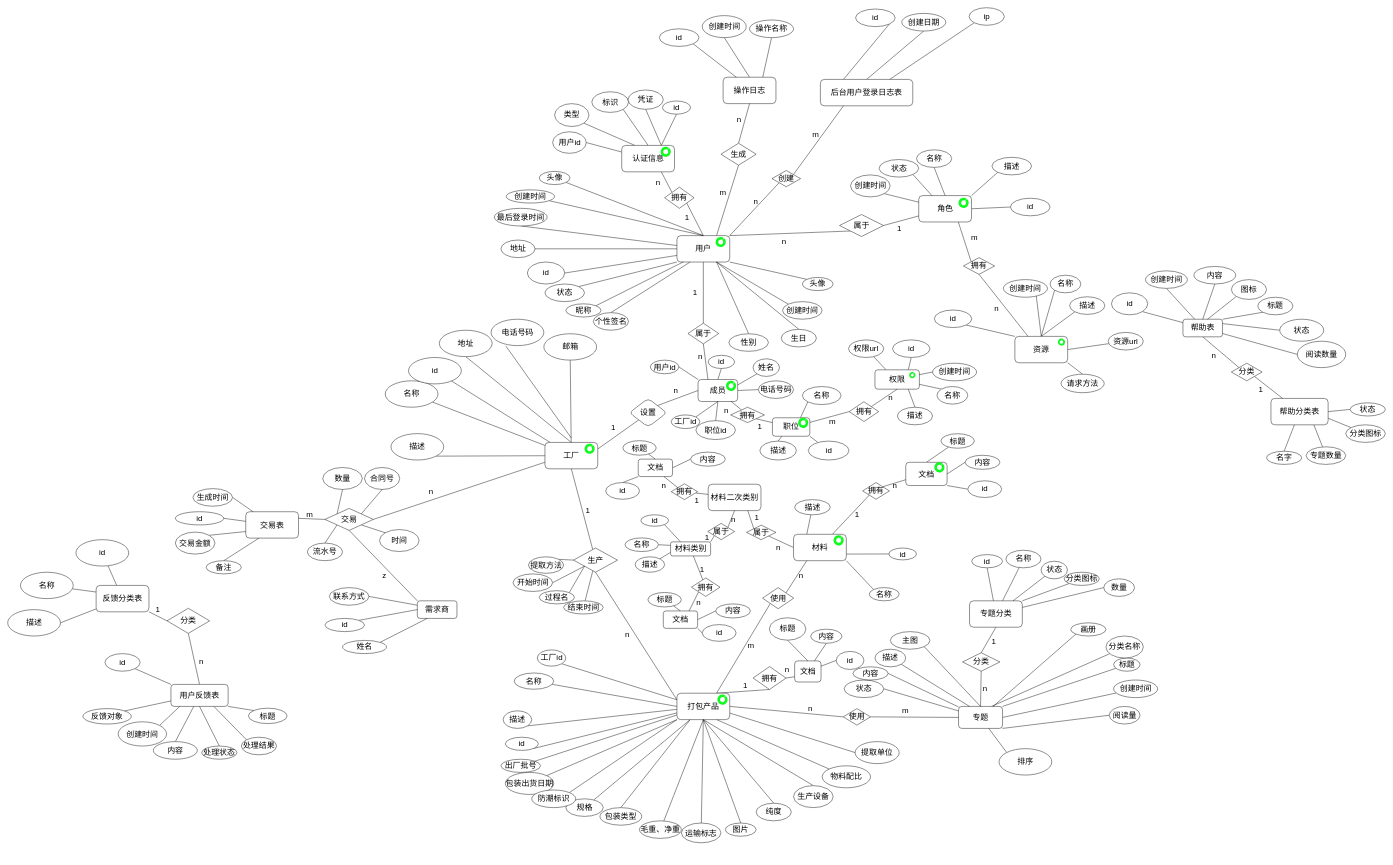
The draw.io diagram document/scheme/稀土产品数据库.drawio in hhoao/retrack, before the edit. Source tidied: cells renumbered, new cells numbered last; positions are measured from the earlier drawing's top-left corner, leaving out a move shared by most shapes. Both pictures are drawn from the tidied source at 44%, with x=0, y=0 at pixel (7, 7).
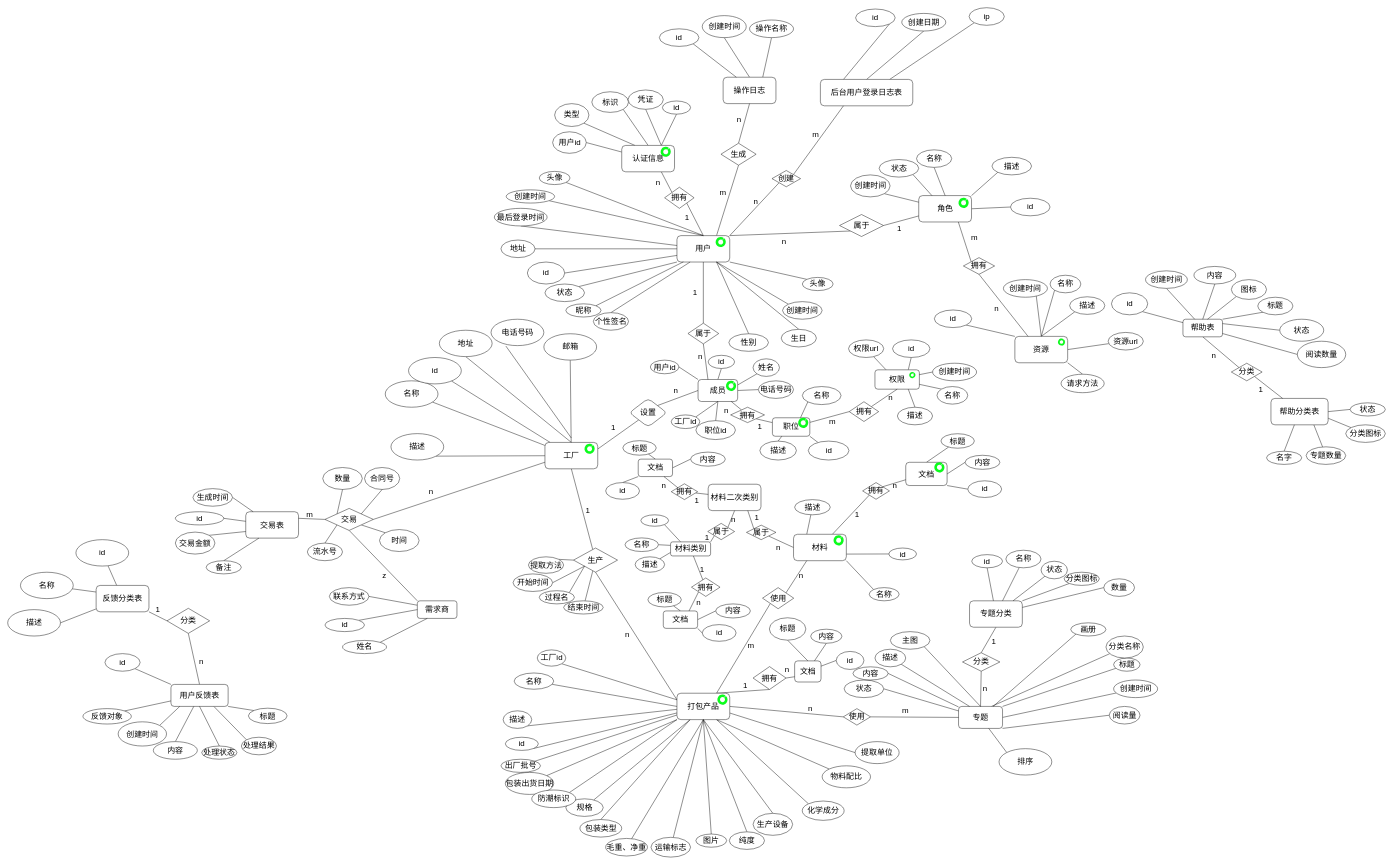
After the change.

Unchanged cells that the change refers to:
```xml
<mxCell id="33" value="打包产品" style="whiteSpace=wrap;html=1;fontSize=18;strokeWidth=1;rounded=1;" parent="1" vertex="1">
  <mxGeometry x="1521" y="1558" width="120" height="60" as="geometry" />
</mxCell>
```

What changed in the source:
```diff
@@
     <mxCell id="15" value="毛重、净重" style="ellipse;whiteSpace=wrap;html=1;fontSize=18;strokeWidth=1;" parent="1" vertex="1">
-      <mxGeometry x="1436" y="1848" width="95" height="40" as="geometry" />
+      <mxGeometry x="1359" y="1888" width="95" height="40" as="geometry" />
     </mxCell>
@@
+    <mxCell id="430" style="rounded=0;jettySize=auto;html=1;exitX=0.75;exitY=1;exitDx=0;exitDy=0;entryX=0;entryY=0;entryDx=0;entryDy=0;fontSize=18;endArrow=none;endFill=0;" parent="1" edge="1" source="33" target="431">
+      <mxGeometry relative="1" as="geometry" />
+    </mxCell>
@@
     <mxCell id="34" value="包装类型" style="ellipse;whiteSpace=wrap;html=1;fontSize=18;strokeWidth=1;" parent="1" vertex="1">
-      <mxGeometry x="1346" y="1818" width="95" height="40" as="geometry" />
+      <mxGeometry x="1300.5" y="1845" width="95" height="40" as="geometry" />
     </mxCell>
@@
     <mxCell id="41" value="运输标志" style="ellipse;whiteSpace=wrap;html=1;fontSize=18;strokeWidth=1;" parent="1" vertex="1">
-      <mxGeometry x="1531" y="1853" width="90" height="45" as="geometry" />
+      <mxGeometry x="1462" y="1885.5" width="90" height="45" as="geometry" />
     </mxCell>
@@
     <mxCell id="43" value="生产设备" style="ellipse;whiteSpace=wrap;html=1;rounded=1;fontFamily=Helvetica;fontSize=18;fontColor=default;strokeWidth=1;" parent="1" vertex="1">
-      <mxGeometry x="1786" y="1768" width="90" height="50" as="geometry" />
+      <mxGeometry x="1694" y="1831" width="90" height="50" as="geometry" />
     </mxCell>
@@
     <mxCell id="45" value="纯度" style="ellipse;whiteSpace=wrap;html=1;rounded=1;fontFamily=Helvetica;fontSize=18;fontColor=default;strokeWidth=1;" parent="1" vertex="1">
-      <mxGeometry x="1701" y="1808" width="80" height="40" as="geometry" />
+      <mxGeometry x="1640" y="1873" width="80" height="40" as="geometry" />
     </mxCell>
@@
     <mxCell id="186" value="图片" style="ellipse;whiteSpace=wrap;html=1;fontSize=18;" parent="1" vertex="1">
-      <mxGeometry x="1631" y="1853" width="70" height="30" as="geometry" />
+      <mxGeometry x="1564" y="1878" width="70" height="30" as="geometry" />
     </mxCell>
@@
+    <mxCell id="431" value="化学成分" style="ellipse;whiteSpace=wrap;html=1;fontSize=18;" parent="1" vertex="1">
+      <mxGeometry x="1805.8" y="1803" width="95.2" height="44" as="geometry" />
+    </mxCell>
```
